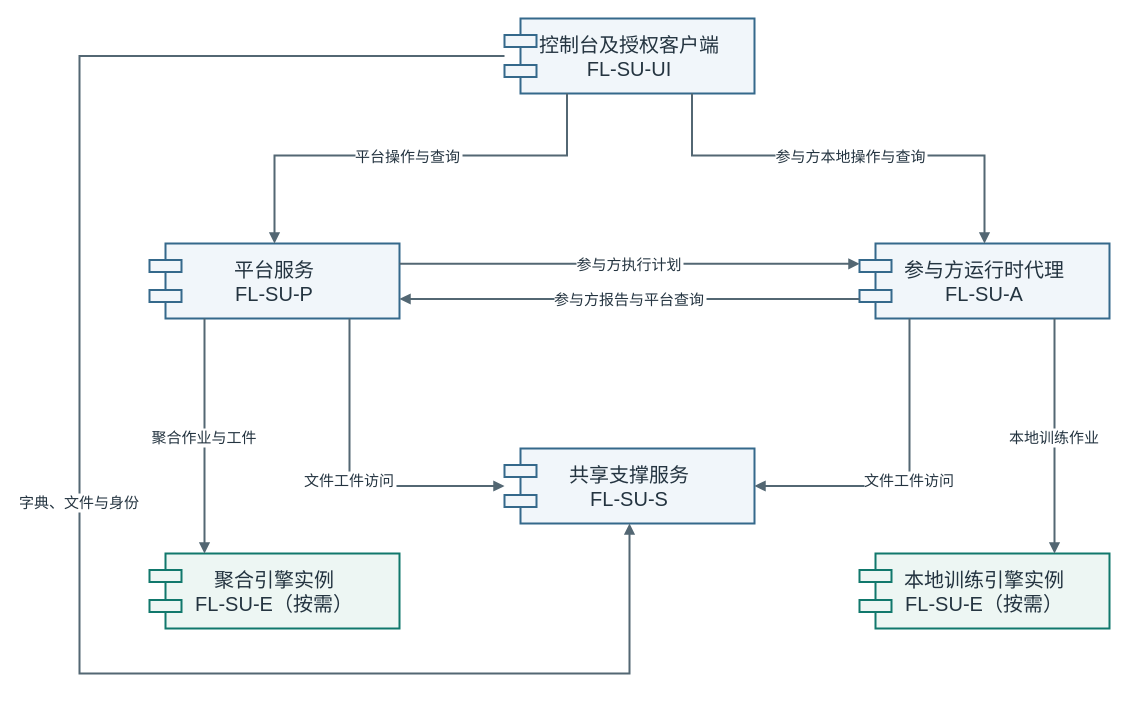
The draw.io diagram docs/438c/merge/figures/federation-learning-interface-relations.drawio in medol-labs/federation-learning, before the edit. Source tidied: cells renumbered, new cells numbered last; positions are measured from the earlier drawing's top-left corner, leaving out a move shared by most shapes. Both pictures are drawn from the tidied source at 100%, with x=0, y=0 at pixel (79, 18).
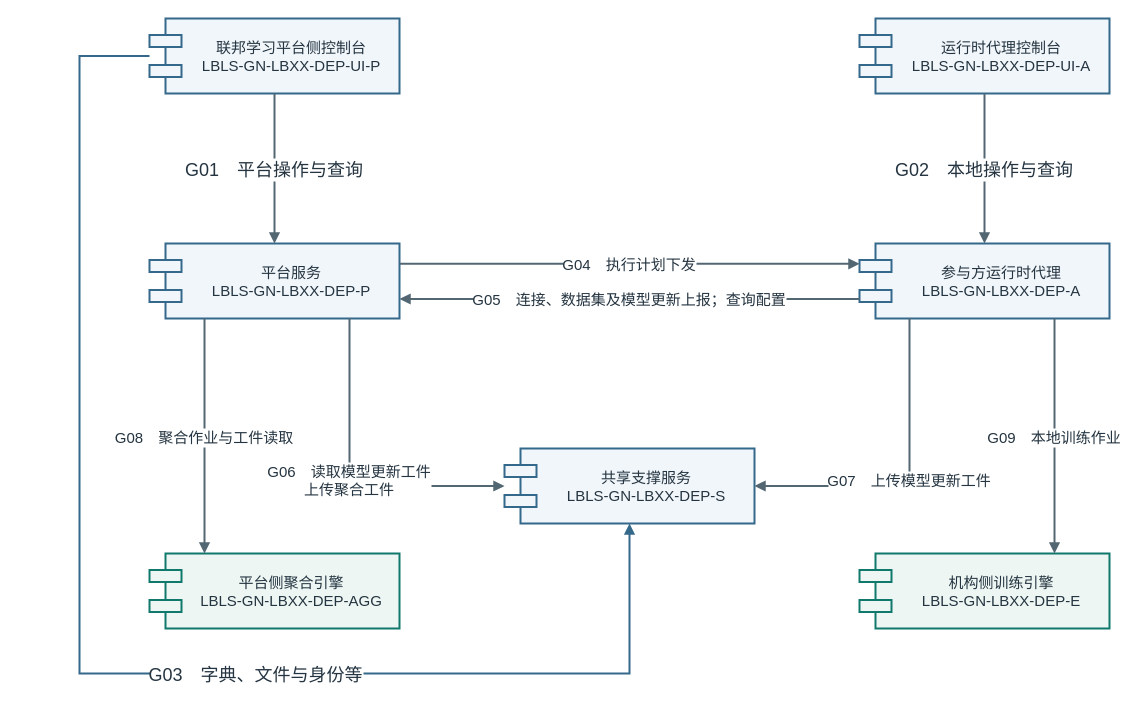
The same diagram, later.

Diff of the diagram source:
```diff
@@
-    <mxCell id="2" value="控制台及授权客户端&#10;FL-SU-UI" style="shape=component;whiteSpace=wrap;html=0;fillColor=#F1F6FA;strokeColor=#35698B;strokeWidth=2;fontFamily=PingFang SC;fontSize=20;fontColor=#243440;" parent="1" vertex="1">
-      <mxGeometry x="425" width="250" height="75" as="geometry" />
+    <mxCell id="2" value="联邦学习平台侧控制台&#10;LBLS-GN-LBXX-DEP-UI-P" style="shape=component;whiteSpace=wrap;html=0;fillColor=#F1F6FA;strokeColor=#35698B;strokeWidth=2;fontFamily=PingFang SC;fontSize=15;fontColor=#243440;spacingLeft=34;" parent="1" vertex="1">
+      <mxGeometry x="70" width="250" height="75" as="geometry" />
     </mxCell>
+    <mxCell id="17" value="运行时代理控制台&#10;LBLS-GN-LBXX-DEP-UI-A" style="shape=component;whiteSpace=wrap;html=0;fillColor=#F1F6FA;strokeColor=#35698B;strokeWidth=2;fontFamily=PingFang SC;fontSize=15;fontColor=#243440;spacingLeft=34;" parent="1" vertex="1">
+      <mxGeometry x="780" width="250" height="75" as="geometry" />
+    </mxCell>
-    <mxCell id="3" value="平台服务&#10;FL-SU-P" style="shape=component;whiteSpace=wrap;html=0;fillColor=#F1F6FA;strokeColor=#35698B;strokeWidth=2;fontFamily=PingFang SC;fontSize=20;fontColor=#243440;" parent="1" vertex="1">
+    <mxCell id="3" value="平台服务&#10;LBLS-GN-LBXX-DEP-P" style="shape=component;whiteSpace=wrap;html=0;fillColor=#F1F6FA;strokeColor=#35698B;strokeWidth=2;fontFamily=PingFang SC;fontSize=15;fontColor=#243440;spacingLeft=34;" parent="1" vertex="1">
       <mxGeometry x="70" y="225" width="250" height="75" as="geometry" />
     </mxCell>
-    <mxCell id="4" value="参与方运行时代理&#10;FL-SU-A" style="shape=component;whiteSpace=wrap;html=0;fillColor=#F1F6FA;strokeColor=#35698B;strokeWidth=2;fontFamily=PingFang SC;fontSize=20;fontColor=#243440;" parent="1" vertex="1">
+    <mxCell id="4" value="参与方运行时代理&#10;LBLS-GN-LBXX-DEP-A" style="shape=component;whiteSpace=wrap;html=0;fillColor=#F1F6FA;strokeColor=#35698B;strokeWidth=2;fontFamily=PingFang SC;fontSize=15;fontColor=#243440;spacingLeft=34;" parent="1" vertex="1">
       <mxGeometry x="780" y="225" width="250" height="75" as="geometry" />
     </mxCell>
-    <mxCell id="5" value="共享支撑服务&#10;FL-SU-S" style="shape=component;whiteSpace=wrap;html=0;fillColor=#F1F6FA;strokeColor=#35698B;strokeWidth=2;fontFamily=PingFang SC;fontSize=20;fontColor=#243440;" parent="1" vertex="1">
+    <mxCell id="5" value="共享支撑服务&#10;LBLS-GN-LBXX-DEP-S" style="shape=component;whiteSpace=wrap;html=0;fillColor=#F1F6FA;strokeColor=#35698B;strokeWidth=2;fontFamily=PingFang SC;fontSize=15;fontColor=#243440;spacingLeft=34;" parent="1" vertex="1">
       <mxGeometry x="425" y="430" width="250" height="75" as="geometry" />
     </mxCell>
-    <mxCell id="6" value="聚合引擎实例&#10;FL-SU-E（按需）" style="shape=component;whiteSpace=wrap;html=0;fillColor=#EDF6F3;strokeColor=#11786C;strokeWidth=2;fontFamily=PingFang SC;fontSize=20;fontColor=#243440;" parent="1" vertex="1">
+    <mxCell id="6" value="平台侧聚合引擎&#10;LBLS-GN-LBXX-DEP-AGG" style="shape=component;whiteSpace=wrap;html=0;fillColor=#EDF6F3;strokeColor=#11786C;strokeWidth=2;fontFamily=PingFang SC;fontSize=15;fontColor=#243440;spacingLeft=34;" parent="1" vertex="1">
       <mxGeometry x="70" y="535" width="250" height="75" as="geometry" />
     </mxCell>
-    <mxCell id="7" value="本地训练引擎实例&#10;FL-SU-E（按需）" style="shape=component;whiteSpace=wrap;html=0;fillColor=#EDF6F3;strokeColor=#11786C;strokeWidth=2;fontFamily=PingFang SC;fontSize=20;fontColor=#243440;" parent="1" vertex="1">
+    <mxCell id="7" value="机构侧训练引擎&#10;LBLS-GN-LBXX-DEP-E" style="shape=component;whiteSpace=wrap;html=0;fillColor=#EDF6F3;strokeColor=#11786C;strokeWidth=2;fontFamily=PingFang SC;fontSize=15;fontColor=#243440;spacingLeft=34;" parent="1" vertex="1">
       <mxGeometry x="780" y="535" width="250" height="75" as="geometry" />
     </mxCell>
-    <mxCell id="8" value="平台操作与查询" style="edgeStyle=segmentEdgeStyle;rounded=0;html=0;endArrow=block;endFill=1;strokeColor=#536773;strokeWidth=2;fontFamily=PingFang SC;fontSize=15;fontColor=#243440;labelBackgroundColor=#ffffff;exitX=0.25;exitY=1;entryX=0.5;entryY=0;" parent="1" edge="1" source="2" target="3">
-      <mxGeometry relative="1" as="geometry">
-        <Array as="points">
-          <mxPoint x="487.5" y="137" />
-          <mxPoint x="195" y="137" />
-        </Array>
-      </mxGeometry>
+    <mxCell id="8" value="G01　平台操作与查询" style="edgeStyle=segmentEdgeStyle;rounded=0;html=0;endArrow=block;endFill=1;strokeColor=#536773;strokeWidth=2;fontFamily=PingFang SC;fontSize=18;fontColor=#243440;labelBackgroundColor=#ffffff;exitX=0.5;exitY=1;entryX=0.5;entryY=0;" parent="1" edge="1" source="2" target="3">
+      <mxGeometry relative="1" as="geometry" />
     </mxCell>
-    <mxCell id="9" value="参与方本地操作与查询" style="edgeStyle=segmentEdgeStyle;rounded=0;html=0;endArrow=block;endFill=1;strokeColor=#536773;strokeWidth=2;fontFamily=PingFang SC;fontSize=15;fontColor=#243440;labelBackgroundColor=#ffffff;exitX=0.75;exitY=1;entryX=0.5;entryY=0;" parent="1" edge="1" source="2" target="4">
-      <mxGeometry relative="1" as="geometry">
-        <Array as="points">
-          <mxPoint x="612.5" y="137" />
-          <mxPoint x="905" y="137" />
-        </Array>
-      </mxGeometry>
+    <mxCell id="9" value="G02　本地操作与查询" style="edgeStyle=segmentEdgeStyle;rounded=0;html=0;endArrow=block;endFill=1;strokeColor=#536773;strokeWidth=2;fontFamily=PingFang SC;fontSize=18;fontColor=#243440;labelBackgroundColor=#ffffff;exitX=0.5;exitY=1;entryX=0.5;entryY=0;" parent="1" edge="1" source="17" target="4">
+      <mxGeometry relative="1" as="geometry" />
     </mxCell>
-    <mxCell id="10" value="字典、文件与身份" style="edgeStyle=segmentEdgeStyle;rounded=0;html=0;endArrow=block;endFill=1;strokeColor=#536773;strokeWidth=2;fontFamily=PingFang SC;fontSize=15;fontColor=#243440;labelBackgroundColor=#ffffff;exitX=0;exitY=0.5;entryX=0.5;entryY=1;" parent="1" edge="1" source="2" target="5">
+    <mxCell id="10" value="G03　字典、文件与身份等" style="edgeStyle=segmentEdgeStyle;rounded=0;html=0;endArrow=block;endFill=1;strokeColor=#35698B;strokeWidth=2;fontFamily=PingFang SC;fontSize=18;fontColor=#243440;labelBackgroundColor=#ffffff;exitX=0;exitY=0.5;entryX=0.5;entryY=1;" parent="1" edge="1" source="2" target="5">
       <mxGeometry relative="1" as="geometry">
         <Array as="points">
           <mxPoint y="37.5" />
           <mxPoint y="655" />
           <mxPoint x="550" y="655" />
         </Array>
+        <mxPoint x="170" as="offset" />
       </mxGeometry>
     </mxCell>
-    <mxCell id="11" value="参与方执行计划" style="edgeStyle=segmentEdgeStyle;rounded=0;html=0;endArrow=block;endFill=1;strokeColor=#536773;strokeWidth=2;fontFamily=PingFang SC;fontSize=15;fontColor=#243440;labelBackgroundColor=#ffffff;exitX=1;exitY=0.27;entryX=0;entryY=0.27;" parent="1" edge="1" source="3" target="4">
+    <mxCell id="11" value="G04　执行计划下发" style="edgeStyle=segmentEdgeStyle;rounded=0;html=0;endArrow=block;endFill=1;strokeColor=#536773;strokeWidth=2;fontFamily=PingFang SC;fontSize=15;fontColor=#243440;labelBackgroundColor=#ffffff;exitX=1;exitY=0.27;entryX=0;entryY=0.27;" parent="1" edge="1" source="3" target="4">
       <mxGeometry relative="1" as="geometry" />
     </mxCell>
-    <mxCell id="12" value="参与方报告与平台查询" style="edgeStyle=segmentEdgeStyle;rounded=0;html=0;endArrow=block;endFill=1;strokeColor=#536773;strokeWidth=2;fontFamily=PingFang SC;fontSize=15;fontColor=#243440;labelBackgroundColor=#ffffff;exitX=0;exitY=0.74;entryX=1;entryY=0.74;" parent="1" edge="1" source="4" target="3">
+    <mxCell id="12" value="G05　连接、数据集及模型更新上报；查询配置" style="edgeStyle=segmentEdgeStyle;rounded=0;html=0;endArrow=block;endFill=1;strokeColor=#536773;strokeWidth=2;fontFamily=PingFang SC;fontSize=15;fontColor=#243440;labelBackgroundColor=#ffffff;exitX=0;exitY=0.74;entryX=1;entryY=0.74;" parent="1" edge="1" source="4" target="3">
       <mxGeometry relative="1" as="geometry" />
     </mxCell>
-    <mxCell id="13" value="文件工件访问" style="edgeStyle=segmentEdgeStyle;rounded=0;html=0;endArrow=block;endFill=1;strokeColor=#536773;strokeWidth=2;fontFamily=PingFang SC;fontSize=15;fontColor=#243440;labelBackgroundColor=#ffffff;exitX=0.8;exitY=1;entryX=0;entryY=0.5;" parent="1" edge="1" source="3" target="5">
+    <mxCell id="13" value="G06　读取模型更新工件&#10;上传聚合工件" style="edgeStyle=segmentEdgeStyle;rounded=0;html=0;endArrow=block;endFill=1;strokeColor=#536773;strokeWidth=2;fontFamily=PingFang SC;fontSize=15;fontColor=#243440;labelBackgroundColor=#ffffff;exitX=0.8;exitY=1;entryX=0;entryY=0.5;" parent="1" edge="1" source="3" target="5">
       <mxGeometry relative="1" as="geometry">
         <Array as="points">
           <mxPoint x="270" y="467.5" />
         </Array>
       </mxGeometry>
     </mxCell>
-    <mxCell id="14" value="文件工件访问" style="edgeStyle=segmentEdgeStyle;rounded=0;html=0;endArrow=block;endFill=1;strokeColor=#536773;strokeWidth=2;fontFamily=PingFang SC;fontSize=15;fontColor=#243440;labelBackgroundColor=#ffffff;exitX=0.2;exitY=1;entryX=1;entryY=0.5;" parent="1" edge="1" source="4" target="5">
+    <mxCell id="14" value="G07　上传模型更新工件" style="edgeStyle=segmentEdgeStyle;rounded=0;html=0;endArrow=block;endFill=1;strokeColor=#536773;strokeWidth=2;fontFamily=PingFang SC;fontSize=15;fontColor=#243440;labelBackgroundColor=#ffffff;exitX=0.2;exitY=1;entryX=1;entryY=0.5;" parent="1" edge="1" source="4" target="5">
       <mxGeometry relative="1" as="geometry">
         <Array as="points">
           <mxPoint x="830" y="467.5" />
         </Array>
       </mxGeometry>
     </mxCell>
-    <mxCell id="15" value="聚合作业与工件" style="edgeStyle=segmentEdgeStyle;rounded=0;html=0;endArrow=block;endFill=1;strokeColor=#536773;strokeWidth=2;fontFamily=PingFang SC;fontSize=15;fontColor=#243440;labelBackgroundColor=#ffffff;exitX=0.22;exitY=1;entryX=0.22;entryY=0;" parent="1" edge="1" source="3" target="6">
+    <mxCell id="15" value="G08　聚合作业与工件读取" style="edgeStyle=segmentEdgeStyle;rounded=0;html=0;endArrow=block;endFill=1;strokeColor=#536773;strokeWidth=2;fontFamily=PingFang SC;fontSize=15;fontColor=#243440;labelBackgroundColor=#ffffff;exitX=0.22;exitY=1;entryX=0.22;entryY=0;" parent="1" edge="1" source="3" target="6">
       <mxGeometry relative="1" as="geometry" />
     </mxCell>
-    <mxCell id="16" value="本地训练作业" style="edgeStyle=segmentEdgeStyle;rounded=0;html=0;endArrow=block;endFill=1;strokeColor=#536773;strokeWidth=2;fontFamily=PingFang SC;fontSize=15;fontColor=#243440;labelBackgroundColor=#ffffff;exitX=0.78;exitY=1;entryX=0.78;entryY=0;" parent="1" edge="1" source="4" target="7">
+    <mxCell id="16" value="G09　本地训练作业" style="edgeStyle=segmentEdgeStyle;rounded=0;html=0;endArrow=block;endFill=1;strokeColor=#536773;strokeWidth=2;fontFamily=PingFang SC;fontSize=15;fontColor=#243440;labelBackgroundColor=#ffffff;exitX=0.78;exitY=1;entryX=0.78;entryY=0;" parent="1" edge="1" source="4" target="7">
       <mxGeometry relative="1" as="geometry" />
     </mxCell>
```
